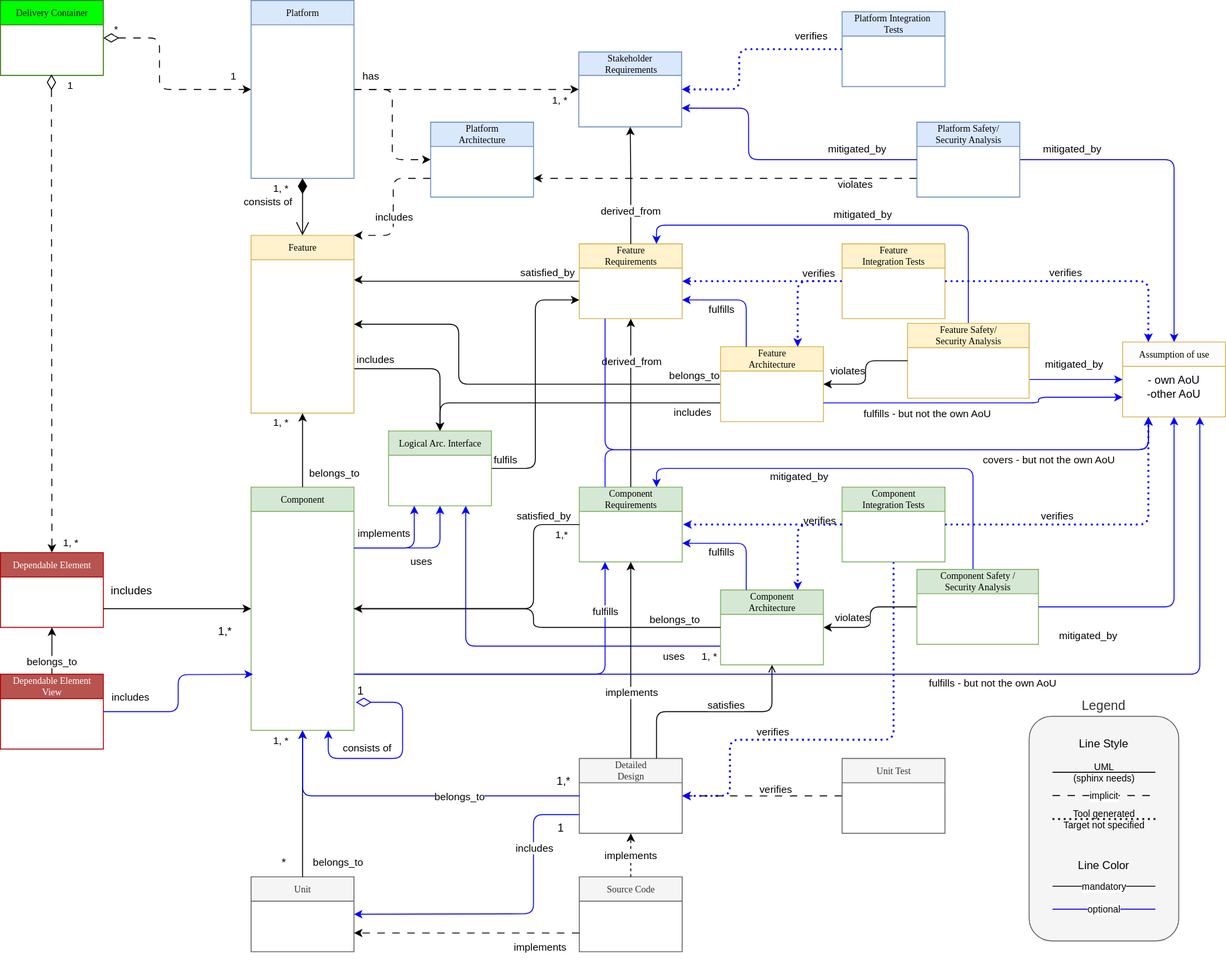
The draw.io diagram main/_images/score_building_blocks_meta_model.drawio.svg in eclipse-score/process_description, before a commit. Source tidied: cells renumbered, new cells last; positions are measured from the earlier drawing's top-left corner, leaving out a move shared by most shapes.
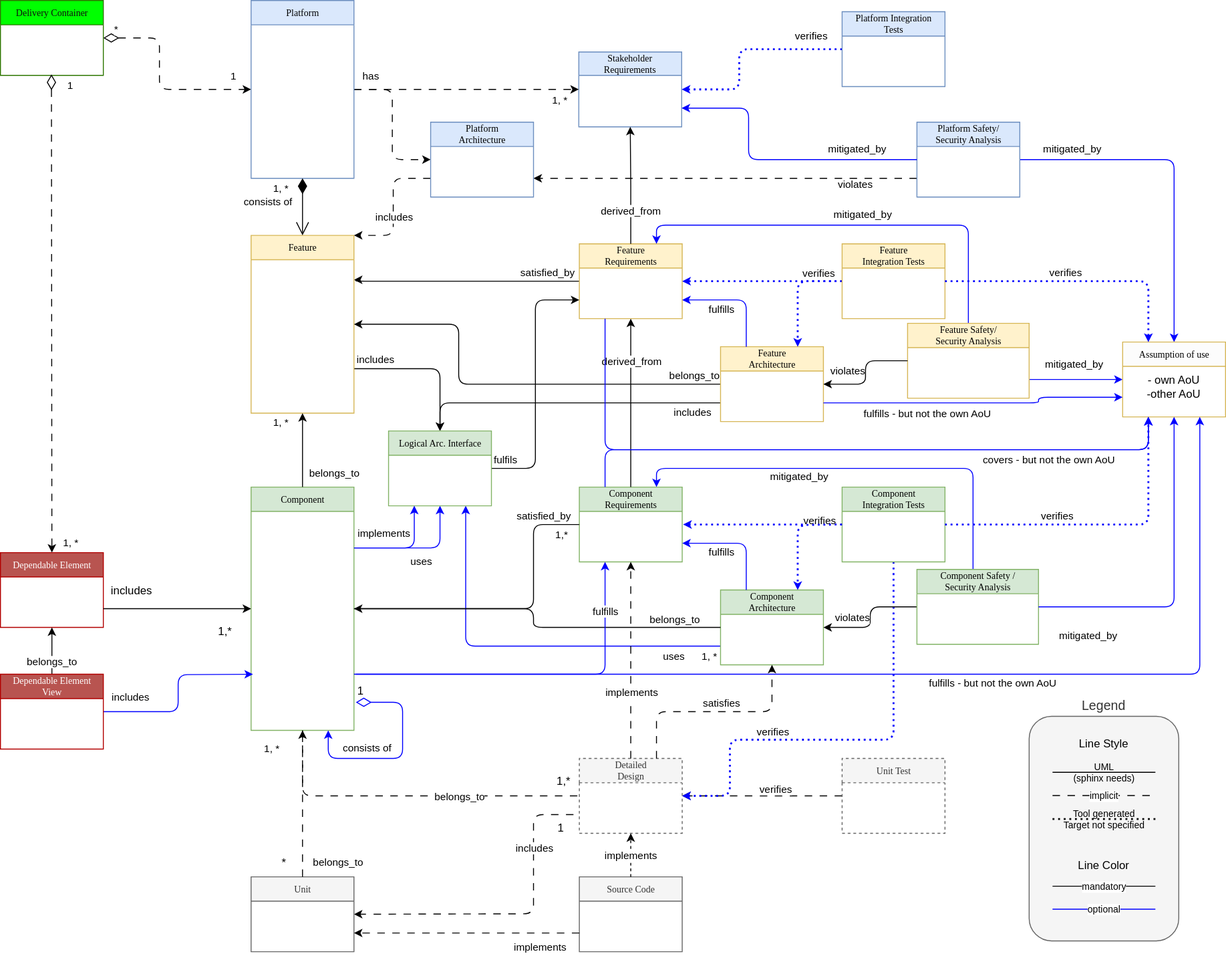
After the change.

Diff of the diagram source:
```diff
@@ -83,7 +83,7 @@
         <mxPoint x="-9" y="-11" as="offset" />
       </mxGeometry>
     </mxCell>
-    <mxCell id="20" style="edgeStyle=orthogonalEdgeStyle;rounded=1;jettySize=auto;html=1;entryX=0;entryY=0.75;entryDx=0;entryDy=0;curved=0;exitX=1;exitY=0.5;exitDx=0;exitDy=0;endArrow=none;endFill=0;startArrow=classic;startFill=1;strokeColor=#0000FF;" parent="1" edge="1" source="22" target="44">
+    <mxCell id="20" style="edgeStyle=orthogonalEdgeStyle;rounded=1;jettySize=auto;html=1;entryX=0;entryY=0.75;entryDx=0;entryDy=0;curved=0;exitX=1;exitY=0.5;exitDx=0;exitDy=0;endArrow=none;endFill=0;startArrow=classic;startFill=1;strokeColor=default;dashed=1;dashPattern=8 8;align=center;verticalAlign=middle;fontFamily=Helvetica;fontSize=11;fontColor=default;labelBackgroundColor=default;" parent="1" edge="1" source="22" target="44">
       <mxGeometry relative="1" as="geometry">
         <Array as="points">
           <mxPoint x="383" y="976" />
@@ -92,16 +92,16 @@
         </Array>
       </mxGeometry>
     </mxCell>
-    <mxCell id="21" value="includes" style="edgeLabel;html=1;align=center;verticalAlign=middle;" parent="20" vertex="1">
+    <mxCell id="21" value="includes" style="edgeLabel;html=1;align=center;verticalAlign=middle;rounded=0;dashed=1;dashPattern=8 8;strokeColor=default;fontFamily=Helvetica;fontSize=11;fontColor=default;labelBackgroundColor=default;" parent="20" vertex="1">
       <mxGeometry x="0.52" relative="1" as="geometry" />
     </mxCell>
     <mxCell id="22" value="Unit" style="swimlane;html=1;fontStyle=0;horizontal=1;startSize=26;fillColor=#f5f5f5;swimlaneFillColor=#ffffff;rounded=0;shadow=0;comic=0;labelBackgroundColor=none;strokeWidth=1;fontFamily=Verdana;fontSize=10;align=center;fontColor=#333333;strokeColor=#666666;" parent="1" vertex="1">
       <mxGeometry x="268" y="936.5" width="110" height="80" as="geometry" />
     </mxCell>
-    <mxCell id="23" value="1, *" style="endArrow=classic;html=1;endSize=6;startArrow=none;startSize=14;startFill=0;edgeStyle=orthogonalEdgeStyle;align=left;verticalAlign=bottom;rounded=0;entryX=0.5;entryY=1;entryDx=0;entryDy=0;exitX=0.5;exitY=0;exitDx=0;exitDy=0;endFill=1;" parent="1" edge="1" source="22" target="9">
+    <mxCell id="23" value="1, *" style="endArrow=classic;html=1;endSize=6;startArrow=none;startSize=14;startFill=0;edgeStyle=orthogonalEdgeStyle;align=center;verticalAlign=middle;rounded=0;entryX=0.5;entryY=1;entryDx=0;entryDy=0;exitX=0.5;exitY=0;exitDx=0;exitDy=0;endFill=1;dashed=1;dashPattern=8 8;strokeColor=default;fontFamily=Helvetica;fontSize=11;fontColor=default;labelBackgroundColor=default;" parent="1" edge="1" source="22" target="9">
       <mxGeometry x="0.74" y="33" relative="1" as="geometry" />
     </mxCell>
-    <mxCell id="24" value="belongs_to" style="edgeLabel;html=1;align=center;verticalAlign=middle;" parent="23" vertex="1">
+    <mxCell id="24" value="belongs_to" style="edgeLabel;html=1;align=center;verticalAlign=middle;rounded=0;dashed=1;dashPattern=8 8;strokeColor=default;fontFamily=Helvetica;fontSize=11;fontColor=default;labelBackgroundColor=default;" parent="23" vertex="1">
       <mxGeometry x="-0.54" y="2" relative="1" as="geometry">
         <mxPoint x="39" y="20" as="offset" />
       </mxGeometry>
@@ -185,33 +185,38 @@
         <mxPoint x="-18" y="2" as="offset" />
       </mxGeometry>
     </mxCell>
-    <mxCell id="44" value="Detailed&lt;br&gt;Design" style="swimlane;html=1;fontStyle=0;horizontal=1;startSize=26;fillColor=#f5f5f5;swimlaneFillColor=#ffffff;rounded=0;shadow=0;comic=0;labelBackgroundColor=none;strokeWidth=1;fontFamily=Verdana;fontSize=10;align=center;fontColor=#333333;strokeColor=#666666;" parent="1" vertex="1">
+    <mxCell id="44" value="Detailed&lt;br&gt;Design" style="swimlane;html=1;fontStyle=0;horizontal=1;startSize=26;fillColor=#f5f5f5;swimlaneFillColor=#ffffff;rounded=0;shadow=0;comic=0;labelBackgroundColor=none;strokeWidth=1;fontFamily=Verdana;fontSize=10;align=center;fontColor=#333333;strokeColor=#666666;dashed=1;" parent="1" vertex="1">
       <mxGeometry x="619" y="810" width="110" height="80" as="geometry" />
     </mxCell>
-    <mxCell id="45" style="edgeStyle=orthogonalEdgeStyle;rounded=1;jettySize=auto;html=1;entryX=0;entryY=0.5;entryDx=0;entryDy=0;verticalAlign=bottom;curved=0;exitX=0.5;exitY=1;exitDx=0;exitDy=0;endArrow=none;endFill=0;startArrow=classic;startFill=1;strokeColor=#0000FF;" parent="1" edge="1" source="9" target="44">
+    <mxCell id="45" style="edgeStyle=orthogonalEdgeStyle;rounded=1;jettySize=auto;html=1;entryX=0;entryY=0.5;entryDx=0;entryDy=0;verticalAlign=middle;curved=0;exitX=0.5;exitY=1;exitDx=0;exitDy=0;endArrow=none;endFill=0;startArrow=none;startFill=0;strokeColor=default;dashed=1;dashPattern=8 8;align=center;fontFamily=Helvetica;fontSize=11;fontColor=default;labelBackgroundColor=default;" parent="1" edge="1" source="9" target="44">
       <mxGeometry x="-0.88" relative="1" as="geometry">
         <Array as="points">
           <mxPoint x="323" y="850" />
         </Array>
       </mxGeometry>
     </mxCell>
-    <mxCell id="46" value="belongs_to" style="edgeLabel;html=1;align=center;verticalAlign=middle;" parent="45" vertex="1">
+    <mxCell id="46" value="belongs_to" style="edgeLabel;html=1;align=center;verticalAlign=middle;rounded=0;dashed=1;dashPattern=8 8;strokeColor=default;fontFamily=Helvetica;fontSize=11;fontColor=default;labelBackgroundColor=default;" parent="45" vertex="1">
       <mxGeometry x="0.3" relative="1" as="geometry" />
     </mxCell>
-    <mxCell id="47" style="edgeStyle=orthogonalEdgeStyle;rounded=1;jettySize=auto;html=1;entryX=0.5;entryY=1;entryDx=0;entryDy=0;endArrow=open;endFill=0;exitX=0.75;exitY=0;exitDx=0;exitDy=0;curved=0;" parent="1" edge="1" source="44" target="39">
-      <mxGeometry relative="1" as="geometry" />
+    <mxCell id="47" style="edgeStyle=orthogonalEdgeStyle;rounded=1;jettySize=auto;html=1;entryX=0.5;entryY=1;entryDx=0;entryDy=0;endArrow=classic;endFill=1;exitX=0.75;exitY=0;exitDx=0;exitDy=0;curved=0;dashed=1;dashPattern=8 8;strokeColor=default;align=center;verticalAlign=middle;fontFamily=Helvetica;fontSize=11;fontColor=default;labelBackgroundColor=default;shadow=0;startArrow=none;startFill=0;" parent="1" edge="1" source="44" target="39">
+      <mxGeometry relative="1" as="geometry">
+        <Array as="points">
+          <mxPoint x="702" y="760" />
+          <mxPoint x="825" y="760" />
+        </Array>
+      </mxGeometry>
     </mxCell>
-    <mxCell id="48" value="satisfies" style="edgeLabel;html=1;align=center;verticalAlign=middle;" parent="47" vertex="1">
+    <mxCell id="48" value="satisfies" style="edgeLabel;html=1;align=center;verticalAlign=middle;rounded=1;dashed=1;dashPattern=8 8;strokeColor=default;fontFamily=Helvetica;fontSize=11;fontColor=default;labelBackgroundColor=default;" parent="47" vertex="1">
       <mxGeometry x="0.06" y="6" relative="1" as="geometry">
-        <mxPoint x="6" y="-2" as="offset" />
+        <mxPoint x="1" y="-4" as="offset" />
       </mxGeometry>
     </mxCell>
-    <mxCell id="49" style="edgeStyle=orthogonalEdgeStyle;rounded=0;jettySize=auto;html=1;endArrow=classic;endFill=1;exitX=0.5;exitY=0;exitDx=0;exitDy=0;" parent="1" edge="1" source="44">
+    <mxCell id="49" style="edgeStyle=orthogonalEdgeStyle;rounded=0;jettySize=auto;html=1;endArrow=classic;endFill=1;exitX=0.5;exitY=0;exitDx=0;exitDy=0;dashed=1;dashPattern=8 8;strokeColor=default;align=center;verticalAlign=middle;fontFamily=Helvetica;fontSize=11;fontColor=default;labelBackgroundColor=default;" parent="1" edge="1" source="44">
       <mxGeometry relative="1" as="geometry">
         <mxPoint x="674" y="600" as="targetPoint" />
       </mxGeometry>
     </mxCell>
-    <mxCell id="50" value="implements" style="edgeLabel;html=1;align=center;verticalAlign=middle;" parent="49" vertex="1">
+    <mxCell id="50" value="implements" style="edgeLabel;html=1;align=center;verticalAlign=middle;rounded=0;dashed=1;dashPattern=8 8;strokeColor=default;fontFamily=Helvetica;fontSize=11;fontColor=default;labelBackgroundColor=default;" parent="49" vertex="1">
       <mxGeometry x="0.06" y="6" relative="1" as="geometry">
         <mxPoint x="6" y="40" as="offset" />
       </mxGeometry>
@@ -379,7 +384,7 @@
         <mxPoint x="-12" y="278" as="offset" />
       </mxGeometry>
     </mxCell>
-    <mxCell id="85" value="Unit Test" style="swimlane;html=1;fontStyle=0;horizontal=1;startSize=26;fillColor=#f5f5f5;swimlaneFillColor=#ffffff;rounded=0;shadow=0;comic=0;labelBackgroundColor=none;strokeWidth=1;fontFamily=Verdana;fontSize=10;align=center;fontColor=#333333;strokeColor=#666666;" parent="1" vertex="1">
+    <mxCell id="85" value="Unit Test" style="swimlane;html=1;fontStyle=0;horizontal=1;startSize=26;fillColor=#f5f5f5;swimlaneFillColor=#ffffff;rounded=0;shadow=0;comic=0;labelBackgroundColor=none;strokeWidth=1;fontFamily=Verdana;fontSize=10;align=center;fontColor=#333333;strokeColor=#666666;dashed=1;" parent="1" vertex="1">
       <mxGeometry x="900" y="810" width="110" height="80" as="geometry" />
     </mxCell>
     <mxCell id="86" value="verifies" style="edgeLabel;html=1;align=center;verticalAlign=middle;" parent="1" vertex="1">
```
